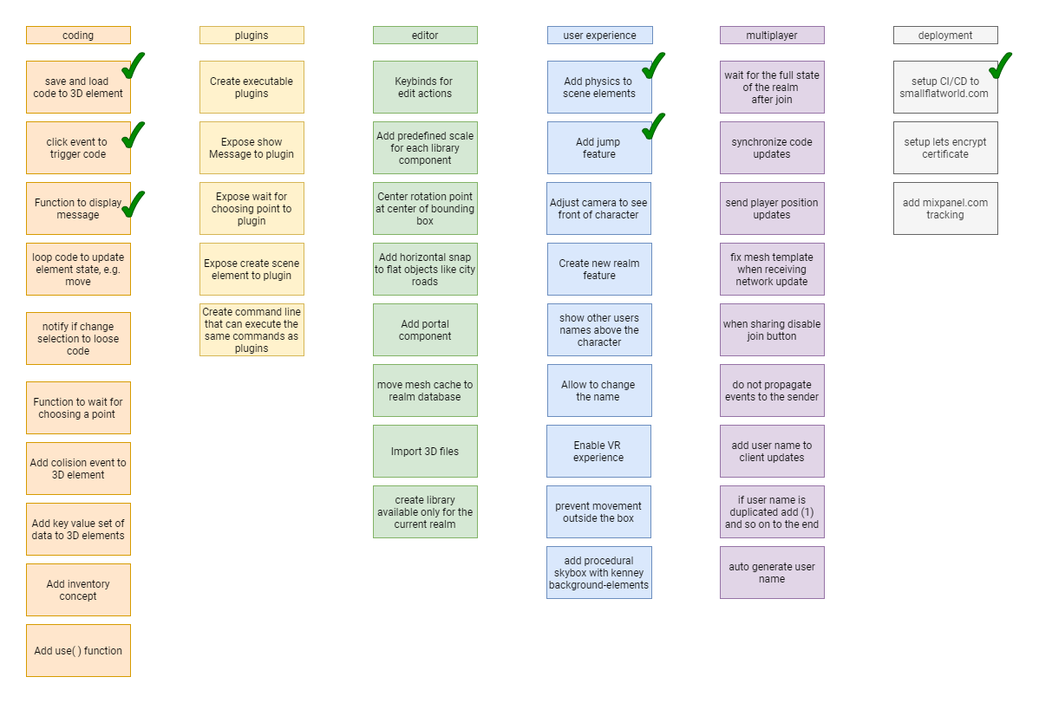
The draw.io diagram small-flat-world-roadmap.png in hamilton-lima/smallflatworld, before a commit. Source tidied: cells renumbered, new cells last; positions are measured from the earlier drawing's top-left corner, leaving out a move shared by most shapes.
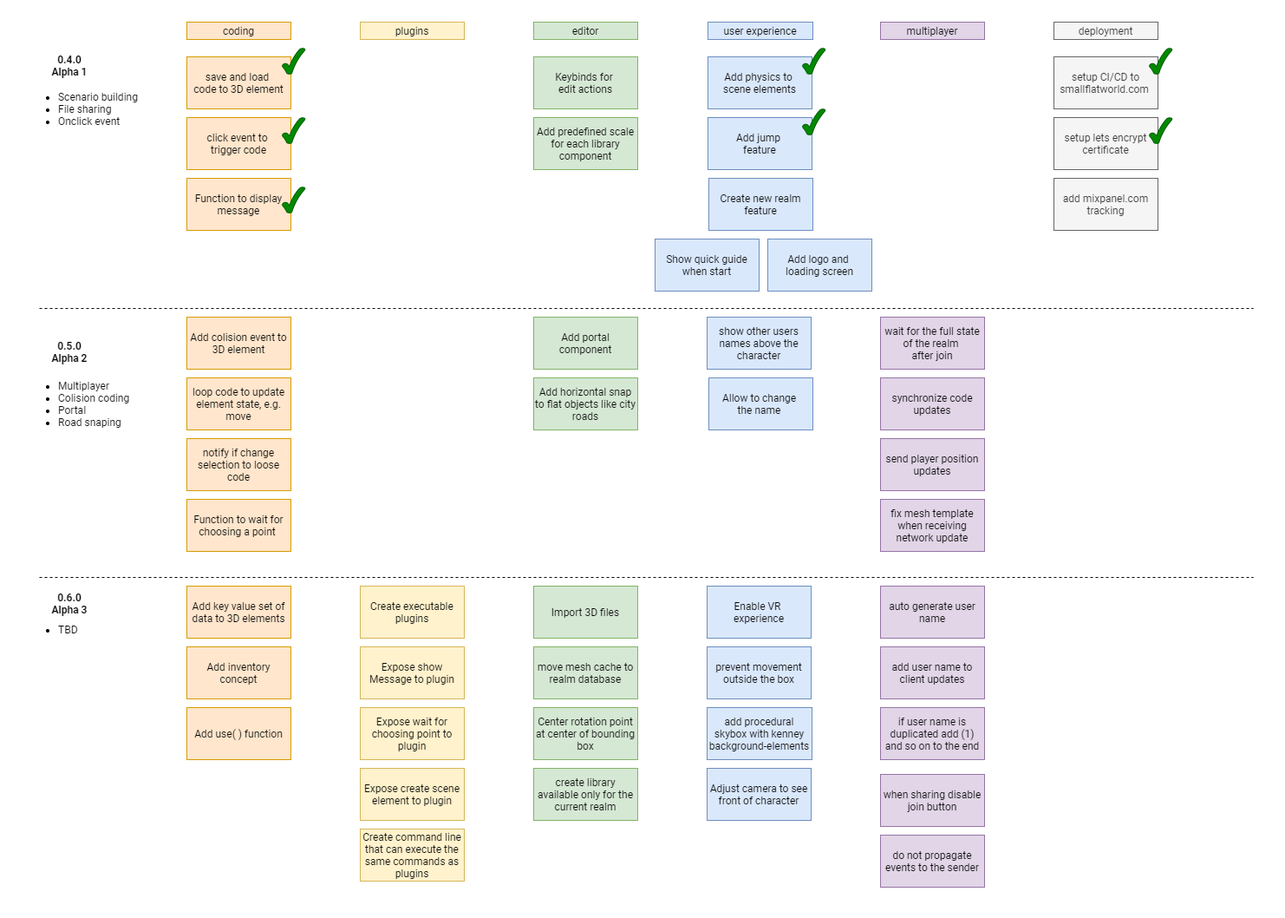
After the commit.

Change to the diagram source:
```diff
@@ -15,55 +15,55 @@
       <mxGeometry x="601" y="40" width="120" height="60" as="geometry" />
     </mxCell>
     <mxCell id="6" value="Create new realm feature" style="rounded=0;whiteSpace=wrap;html=1;fontFamily=Roboto;fillColor=#dae8fc;strokeColor=#6c8ebf;" parent="1" vertex="1">
-      <mxGeometry x="601" y="250" width="120" height="60" as="geometry" />
+      <mxGeometry x="602" y="180" width="120" height="60" as="geometry" />
     </mxCell>
     <mxCell id="7" value="Keybinds for &lt;br&gt;edit actions" style="rounded=0;whiteSpace=wrap;html=1;fontFamily=Roboto;fillColor=#d5e8d4;strokeColor=#82b366;" parent="1" vertex="1">
       <mxGeometry x="400" y="40" width="120" height="60" as="geometry" />
     </mxCell>
     <mxCell id="8" value="Center rotation point at center of bounding box" style="rounded=0;whiteSpace=wrap;html=1;fontFamily=Roboto;fillColor=#d5e8d4;strokeColor=#82b366;" parent="1" vertex="1">
-      <mxGeometry x="400" y="180" width="120" height="60" as="geometry" />
+      <mxGeometry x="400" y="790" width="120" height="60" as="geometry" />
     </mxCell>
     <mxCell id="9" value="Add predefined scale for each library component" style="rounded=0;whiteSpace=wrap;html=1;fontFamily=Roboto;fillColor=#d5e8d4;strokeColor=#82b366;" parent="1" vertex="1">
       <mxGeometry x="400" y="110" width="120" height="60" as="geometry" />
     </mxCell>
     <mxCell id="10" value="Add horizontal snap to flat objects like city roads" style="rounded=0;whiteSpace=wrap;html=1;fontFamily=Roboto;fillColor=#d5e8d4;strokeColor=#82b366;" parent="1" vertex="1">
-      <mxGeometry x="400" y="250" width="120" height="60" as="geometry" />
+      <mxGeometry x="400" y="410" width="120" height="60" as="geometry" />
     </mxCell>
     <mxCell id="11" value="Add portal component" style="rounded=0;whiteSpace=wrap;html=1;fontFamily=Roboto;fillColor=#d5e8d4;strokeColor=#82b366;" parent="1" vertex="1">
-      <mxGeometry x="400" y="320" width="120" height="60" as="geometry" />
+      <mxGeometry x="400" y="340" width="120" height="60" as="geometry" />
     </mxCell>
     <mxCell id="12" value="move mesh cache to realm database" style="rounded=0;whiteSpace=wrap;html=1;fontFamily=Roboto;fillColor=#d5e8d4;strokeColor=#82b366;" parent="1" vertex="1">
-      <mxGeometry x="400" y="390" width="120" height="60" as="geometry" />
+      <mxGeometry x="400" y="720" width="120" height="60" as="geometry" />
     </mxCell>
     <mxCell id="13" value="fix mesh template when receiving network update" style="rounded=0;whiteSpace=wrap;html=1;fontFamily=Roboto;fillColor=#e1d5e7;strokeColor=#9673a6;" parent="1" vertex="1">
-      <mxGeometry x="800" y="250" width="120" height="60" as="geometry" />
+      <mxGeometry x="800" y="550" width="120" height="60" as="geometry" />
     </mxCell>
     <mxCell id="14" value="do not propagate events to the sender" style="rounded=0;whiteSpace=wrap;html=1;fontFamily=Roboto;fillColor=#e1d5e7;strokeColor=#9673a6;" parent="1" vertex="1">
-      <mxGeometry x="800" y="390" width="120" height="60" as="geometry" />
+      <mxGeometry x="800" y="937" width="120" height="60" as="geometry" />
     </mxCell>
     <mxCell id="15" value="wait for the full state of the realm &lt;br&gt;after join" style="rounded=0;whiteSpace=wrap;html=1;fontFamily=Roboto;fillColor=#e1d5e7;strokeColor=#9673a6;" parent="1" vertex="1">
-      <mxGeometry x="800" y="40" width="120" height="60" as="geometry" />
+      <mxGeometry x="800" y="340" width="120" height="60" as="geometry" />
     </mxCell>
     <mxCell id="16" value="send player position updates" style="rounded=0;whiteSpace=wrap;html=1;fontFamily=Roboto;fillColor=#e1d5e7;strokeColor=#9673a6;" parent="1" vertex="1">
-      <mxGeometry x="800" y="180" width="120" height="60" as="geometry" />
+      <mxGeometry x="800" y="480" width="120" height="60" as="geometry" />
     </mxCell>
     <mxCell id="17" value="when sharing disable join button" style="rounded=0;whiteSpace=wrap;html=1;fontFamily=Roboto;fillColor=#e1d5e7;strokeColor=#9673a6;" parent="1" vertex="1">
-      <mxGeometry x="800" y="320" width="120" height="60" as="geometry" />
+      <mxGeometry x="800" y="867" width="120" height="60" as="geometry" />
     </mxCell>
     <mxCell id="18" value="Enable VR &lt;br&gt;experience" style="rounded=0;whiteSpace=wrap;html=1;fontFamily=Roboto;fillColor=#dae8fc;strokeColor=#6c8ebf;" parent="1" vertex="1">
-      <mxGeometry x="600" y="460" width="120" height="60" as="geometry" />
+      <mxGeometry x="600" y="650" width="120" height="60" as="geometry" />
     </mxCell>
     <mxCell id="19" value="prevent movement outside the box" style="rounded=0;whiteSpace=wrap;html=1;fontFamily=Roboto;fillColor=#dae8fc;strokeColor=#6c8ebf;" parent="1" vertex="1">
-      <mxGeometry x="600" y="530" width="120" height="60" as="geometry" />
+      <mxGeometry x="600" y="720" width="120" height="60" as="geometry" />
     </mxCell>
     <mxCell id="20" value="add procedural skybox with kenney background-elements" style="rounded=0;whiteSpace=wrap;html=1;fontFamily=Roboto;fillColor=#dae8fc;strokeColor=#6c8ebf;" parent="1" vertex="1">
-      <mxGeometry x="600" y="600" width="121" height="60" as="geometry" />
+      <mxGeometry x="600" y="790" width="121" height="60" as="geometry" />
     </mxCell>
     <mxCell id="21" value="Add key value set of data to 3D elements" style="rounded=0;whiteSpace=wrap;html=1;fontFamily=Roboto;fillColor=#ffe6cc;strokeColor=#d79b00;" parent="1" vertex="1">
-      <mxGeometry y="550" width="120" height="60" as="geometry" />
+      <mxGeometry y="650" width="120" height="60" as="geometry" />
     </mxCell>
     <mxCell id="22" value="Add colision event to 3D element" style="rounded=0;whiteSpace=wrap;html=1;fontFamily=Roboto;fillColor=#ffe6cc;strokeColor=#d79b00;" parent="1" vertex="1">
-      <mxGeometry y="480" width="120" height="60" as="geometry" />
+      <mxGeometry y="340" width="120" height="60" as="geometry" />
     </mxCell>
     <mxCell id="23" value="multiplayer" style="text;html=1;strokeColor=#9673a6;fillColor=#e1d5e7;align=center;verticalAlign=middle;whiteSpace=wrap;rounded=0;fontFamily=Roboto;" parent="1" vertex="1">
       <mxGeometry x="800" width="120" height="20" as="geometry" />
@@ -75,52 +75,52 @@
       <mxGeometry x="400" width="120" height="20" as="geometry" />
     </mxCell>
     <mxCell id="26" value="Create executable plugins" style="rounded=0;whiteSpace=wrap;html=1;fontFamily=Roboto;fillColor=#fff2cc;strokeColor=#d6b656;" parent="1" vertex="1">
-      <mxGeometry x="200" y="40" width="120" height="60" as="geometry" />
+      <mxGeometry x="200" y="650" width="120" height="60" as="geometry" />
     </mxCell>
     <mxCell id="27" value="Expose create scene element to plugin" style="rounded=0;whiteSpace=wrap;html=1;fontFamily=Roboto;fillColor=#fff2cc;strokeColor=#d6b656;" parent="1" vertex="1">
-      <mxGeometry x="200" y="250" width="120" height="60" as="geometry" />
+      <mxGeometry x="200" y="860" width="120" height="60" as="geometry" />
     </mxCell>
     <mxCell id="28" value="Expose show Message to plugin" style="rounded=0;whiteSpace=wrap;html=1;fontFamily=Roboto;fillColor=#fff2cc;strokeColor=#d6b656;" parent="1" vertex="1">
-      <mxGeometry x="200" y="110" width="120" height="60" as="geometry" />
+      <mxGeometry x="200" y="720" width="120" height="60" as="geometry" />
     </mxCell>
     <mxCell id="29" value="Expose wait for choosing point to plugin" style="rounded=0;whiteSpace=wrap;html=1;fontFamily=Roboto;fillColor=#fff2cc;strokeColor=#d6b656;" parent="1" vertex="1">
-      <mxGeometry x="200" y="180" width="120" height="60" as="geometry" />
+      <mxGeometry x="200" y="790" width="120" height="60" as="geometry" />
     </mxCell>
     <mxCell id="30" value="plugins" style="text;html=1;strokeColor=#d6b656;fillColor=#fff2cc;align=center;verticalAlign=middle;whiteSpace=wrap;rounded=0;fontFamily=Roboto;" parent="1" vertex="1">
       <mxGeometry x="200" width="120" height="20" as="geometry" />
     </mxCell>
     <mxCell id="31" value="Create command line that can execute the same commands as plugins" style="rounded=0;whiteSpace=wrap;html=1;fontFamily=Roboto;fillColor=#fff2cc;strokeColor=#d6b656;" parent="1" vertex="1">
-      <mxGeometry x="200" y="320" width="120" height="60" as="geometry" />
+      <mxGeometry x="200" y="930" width="120" height="60" as="geometry" />
     </mxCell>
     <mxCell id="32" value="create library available only for the current realm" style="rounded=0;whiteSpace=wrap;html=1;fontFamily=Roboto;fillColor=#d5e8d4;strokeColor=#82b366;" parent="1" vertex="1">
-      <mxGeometry x="400" y="530" width="120" height="60" as="geometry" />
+      <mxGeometry x="400" y="860" width="120" height="60" as="geometry" />
     </mxCell>
     <mxCell id="33" value="Import 3D files" style="rounded=0;whiteSpace=wrap;html=1;fontFamily=Roboto;fillColor=#d5e8d4;strokeColor=#82b366;" parent="1" vertex="1">
-      <mxGeometry x="400" y="460" width="120" height="60" as="geometry" />
+      <mxGeometry x="400" y="650" width="120" height="60" as="geometry" />
     </mxCell>
     <mxCell id="34" value="add user name to client updates" style="rounded=0;whiteSpace=wrap;html=1;fontFamily=Roboto;fillColor=#e1d5e7;strokeColor=#9673a6;" parent="1" vertex="1">
-      <mxGeometry x="800" y="460" width="120" height="60" as="geometry" />
+      <mxGeometry x="800" y="720" width="120" height="60" as="geometry" />
     </mxCell>
     <mxCell id="35" value="auto generate user name" style="rounded=0;whiteSpace=wrap;html=1;fontFamily=Roboto;fillColor=#e1d5e7;strokeColor=#9673a6;" parent="1" vertex="1">
-      <mxGeometry x="800" y="600" width="120" height="60" as="geometry" />
+      <mxGeometry x="800" y="650" width="120" height="60" as="geometry" />
     </mxCell>
     <mxCell id="36" value="if user name is duplicated add (1) and so on to the end" style="rounded=0;whiteSpace=wrap;html=1;fontFamily=Roboto;fillColor=#e1d5e7;strokeColor=#9673a6;" parent="1" vertex="1">
-      <mxGeometry x="800" y="530" width="120" height="60" as="geometry" />
+      <mxGeometry x="800" y="790" width="120" height="60" as="geometry" />
     </mxCell>
     <mxCell id="37" value="Allow to change &lt;br&gt;the name&amp;nbsp;" style="rounded=0;whiteSpace=wrap;html=1;fontFamily=Roboto;fillColor=#dae8fc;strokeColor=#6c8ebf;" parent="1" vertex="1">
-      <mxGeometry x="601" y="390" width="120" height="60" as="geometry" />
+      <mxGeometry x="602" y="410" width="120" height="60" as="geometry" />
     </mxCell>
     <mxCell id="38" value="user experience" style="text;html=1;strokeColor=#6c8ebf;fillColor=#dae8fc;align=center;verticalAlign=middle;whiteSpace=wrap;rounded=0;fontFamily=Roboto;" parent="1" vertex="1">
       <mxGeometry x="601" width="121" height="20" as="geometry" />
     </mxCell>
     <mxCell id="39" value="show other users names above the character" style="rounded=0;whiteSpace=wrap;html=1;fontFamily=Roboto;fillColor=#dae8fc;strokeColor=#6c8ebf;" parent="1" vertex="1">
-      <mxGeometry x="601" y="320" width="120" height="60" as="geometry" />
+      <mxGeometry x="600" y="340" width="120" height="60" as="geometry" />
     </mxCell>
     <mxCell id="40" value="Add inventory concept" style="rounded=0;whiteSpace=wrap;html=1;fontFamily=Roboto;fillColor=#ffe6cc;strokeColor=#d79b00;" parent="1" vertex="1">
-      <mxGeometry y="620" width="120" height="60" as="geometry" />
+      <mxGeometry y="720" width="120" height="60" as="geometry" />
     </mxCell>
     <mxCell id="41" value="Add use( ) function" style="rounded=0;whiteSpace=wrap;html=1;fontFamily=Roboto;fillColor=#ffe6cc;strokeColor=#d79b00;" parent="1" vertex="1">
-      <mxGeometry y="690" width="120" height="60" as="geometry" />
+      <mxGeometry y="790" width="120" height="60" as="geometry" />
     </mxCell>
     <mxCell id="42" value="click event to &lt;br&gt;trigger code" style="rounded=0;whiteSpace=wrap;html=1;fontFamily=Roboto;fillColor=#ffe6cc;strokeColor=#d79b00;" parent="1" vertex="1">
       <mxGeometry y="110" width="120" height="60" as="geometry" />
@@ -144,16 +144,16 @@
       <mxGeometry x="1000" y="180" width="120" height="60" as="geometry" />
     </mxCell>
     <mxCell id="49" value="loop code to update element state, e.g. move" style="rounded=0;whiteSpace=wrap;html=1;fontFamily=Roboto;fillColor=#ffe6cc;strokeColor=#d79b00;" parent="1" vertex="1">
-      <mxGeometry y="250" width="120" height="60" as="geometry" />
+      <mxGeometry y="410" width="120" height="60" as="geometry" />
     </mxCell>
     <mxCell id="50" value="notify if change selection to loose code" style="rounded=0;whiteSpace=wrap;html=1;fontFamily=Roboto;fillColor=#ffe6cc;strokeColor=#d79b00;" parent="1" vertex="1">
-      <mxGeometry y="330" width="120" height="60" as="geometry" />
+      <mxGeometry y="480" width="120" height="60" as="geometry" />
     </mxCell>
     <mxCell id="51" value="Function to wait for choosing a point&amp;nbsp;" style="rounded=0;whiteSpace=wrap;html=1;fontFamily=Roboto;fillColor=#ffe6cc;strokeColor=#d79b00;" parent="1" vertex="1">
-      <mxGeometry y="410" width="120" height="60" as="geometry" />
+      <mxGeometry y="550" width="120" height="60" as="geometry" />
     </mxCell>
     <mxCell id="52" value="synchronize code updates" style="rounded=0;whiteSpace=wrap;html=1;fontFamily=Roboto;fillColor=#e1d5e7;strokeColor=#9673a6;" parent="1" vertex="1">
-      <mxGeometry x="800" y="110" width="120" height="60" as="geometry" />
+      <mxGeometry x="800" y="410" width="120" height="60" as="geometry" />
     </mxCell>
     <mxCell id="53" style="verticalLabelPosition=bottom;verticalAlign=top;html=1;shape=mxgraph.basic.tick;fontFamily=Roboto;fillColor=#008a00;strokeColor=#005700;fontColor=#ffffff;" parent="1" vertex="1">
       <mxGeometry x="110" y="110" width="26.2" height="30" as="geometry" />
@@ -168,7 +168,46 @@
       <mxGeometry x="710" y="100" width="26.2" height="30" as="geometry" />
     </mxCell>
     <mxCell id="57" value="Adjust camera to see front of character" style="rounded=0;whiteSpace=wrap;html=1;fontFamily=Roboto;fillColor=#dae8fc;strokeColor=#6c8ebf;" parent="1" vertex="1">
-      <mxGeometry x="600" y="180" width="120" height="60" as="geometry" />
+      <mxGeometry x="600" y="860" width="120" height="60" as="geometry" />
     </mxCell>
+    <mxCell id="58" style="endArrow=none;dashed=1;html=1;fontFamily=Roboto;" parent="1" edge="1">
+      <mxGeometry relative="1" as="geometry">
+        <mxPoint x="-170" y="330" as="sourcePoint" />
+        <mxPoint x="1230" y="330" as="targetPoint" />
+      </mxGeometry>
+    </mxCell>
+    <mxCell id="59" value="0.4.0&lt;br&gt;Alpha 1" style="text;html=1;strokeColor=none;fillColor=none;align=center;verticalAlign=middle;whiteSpace=wrap;rounded=0;fontFamily=Roboto;fontStyle=1;" parent="1" vertex="1">
+      <mxGeometry x="-160" y="40" width="50" height="20" as="geometry" />
+    </mxCell>
+    <mxCell id="60" value="&lt;ul&gt;&lt;li&gt;Scenario building&lt;/li&gt;&lt;li&gt;File sharing&lt;/li&gt;&lt;li&gt;Onclick event&amp;nbsp;&lt;/li&gt;&lt;/ul&gt;" style="text;html=1;strokeColor=none;fillColor=none;align=left;verticalAlign=middle;whiteSpace=wrap;rounded=0;fontFamily=Roboto;" parent="1" vertex="1">
+      <mxGeometry x="-190" y="70" width="150" height="60" as="geometry" />
+    </mxCell>
+    <mxCell id="61" style="endArrow=none;dashed=1;html=1;fontFamily=Roboto;" parent="1" edge="1">
+      <mxGeometry relative="1" as="geometry">
+        <mxPoint x="-170" y="640" as="sourcePoint" />
+        <mxPoint x="1230" y="640" as="targetPoint" />
+      </mxGeometry>
+    </mxCell>
+    <mxCell id="62" value="0.5.0&lt;br&gt;Alpha 2" style="text;html=1;strokeColor=none;fillColor=none;align=center;verticalAlign=middle;whiteSpace=wrap;rounded=0;fontFamily=Roboto;fontStyle=1;" parent="1" vertex="1">
+      <mxGeometry x="-160" y="370" width="50" height="20" as="geometry" />
+    </mxCell>
+    <mxCell id="63" value="&lt;ul&gt;&lt;li&gt;Multiplayer&lt;/li&gt;&lt;li&gt;Colision coding&lt;/li&gt;&lt;li&gt;Portal&lt;/li&gt;&lt;li&gt;Road snaping&lt;/li&gt;&lt;/ul&gt;" style="text;html=1;strokeColor=none;fillColor=none;align=left;verticalAlign=middle;whiteSpace=wrap;rounded=0;fontFamily=Roboto;labelPosition=center;verticalLabelPosition=middle;" parent="1" vertex="1">
+      <mxGeometry x="-190" y="410" width="150" height="60" as="geometry" />
+    </mxCell>
+    <mxCell id="64" value="0.6.0&lt;br&gt;Alpha 3" style="text;html=1;strokeColor=none;fillColor=none;align=center;verticalAlign=middle;whiteSpace=wrap;rounded=0;fontFamily=Roboto;fontStyle=1;" parent="1" vertex="1">
+      <mxGeometry x="-160" y="660" width="50" height="20" as="geometry" />
+    </mxCell>
+    <mxCell id="65" value="&lt;ul&gt;&lt;li&gt;TBD&lt;/li&gt;&lt;/ul&gt;" style="text;html=1;strokeColor=none;fillColor=none;align=left;verticalAlign=middle;whiteSpace=wrap;rounded=0;fontFamily=Roboto;labelPosition=center;verticalLabelPosition=middle;" parent="1" vertex="1">
+      <mxGeometry x="-190" y="670" width="150" height="60" as="geometry" />
+    </mxCell>
+    <mxCell id="66" value="Show quick guide when start" style="rounded=0;whiteSpace=wrap;html=1;fontFamily=Roboto;fillColor=#dae8fc;strokeColor=#6c8ebf;" parent="1" vertex="1">
+      <mxGeometry x="540" y="250" width="120" height="60" as="geometry" />
+    </mxCell>
+    <mxCell id="67" value="Add logo and &lt;br&gt;loading screen" style="rounded=0;whiteSpace=wrap;html=1;fontFamily=Roboto;fillColor=#dae8fc;strokeColor=#6c8ebf;" parent="1" vertex="1">
+      <mxGeometry x="670" y="250" width="120" height="60" as="geometry" />
+    </mxCell>
+    <mxCell id="68" style="verticalLabelPosition=bottom;verticalAlign=top;html=1;shape=mxgraph.basic.tick;fontFamily=Roboto;fillColor=#008a00;strokeColor=#005700;fontColor=#ffffff;" parent="1" vertex="1">
+      <mxGeometry x="1110" y="110" width="26.2" height="30" as="geometry" />
+    </mxCell>
   </root>
 </mxGraphModel>
```
